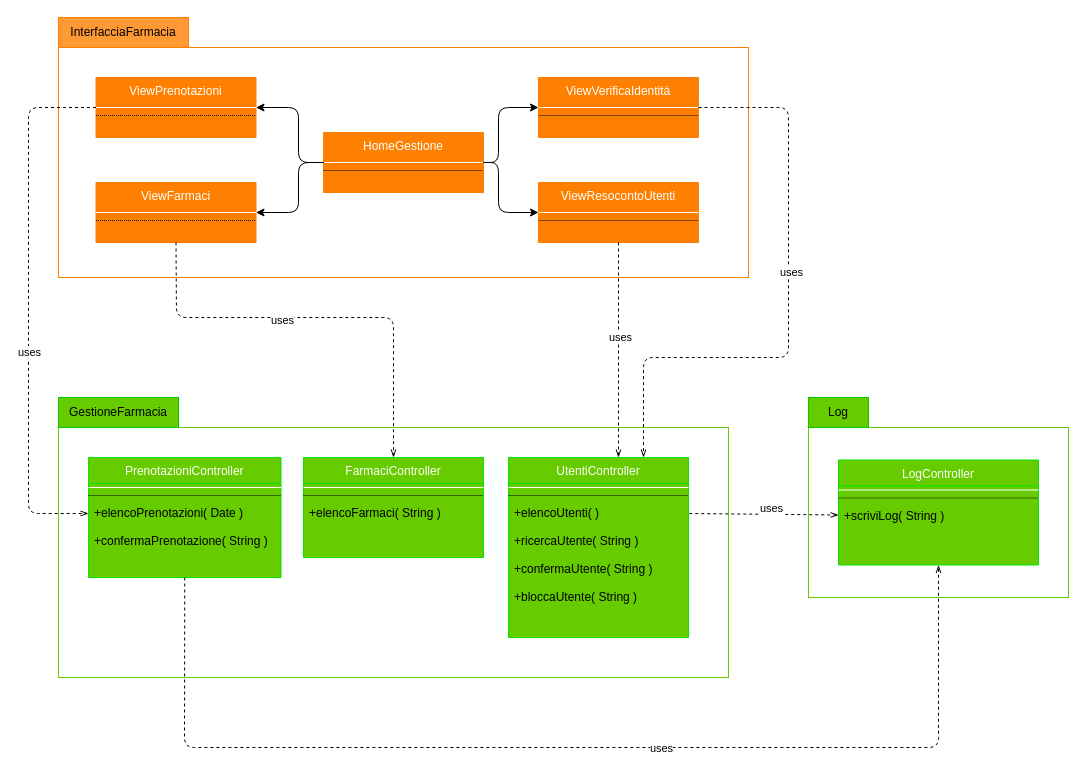
Before: page "Farmacia" (2 of 4) of drawio/Diagrammi.drawio in lnwor/farmabyte-doc, a draw.io diagram. Source tidied: cells renumbered, new cells numbered last; positions are measured from the earlier drawing's top-left corner, leaving out a move shared by most shapes. Both pictures are drawn from the tidied source at 100%, with x=0, y=0 at pixel (28, 17).
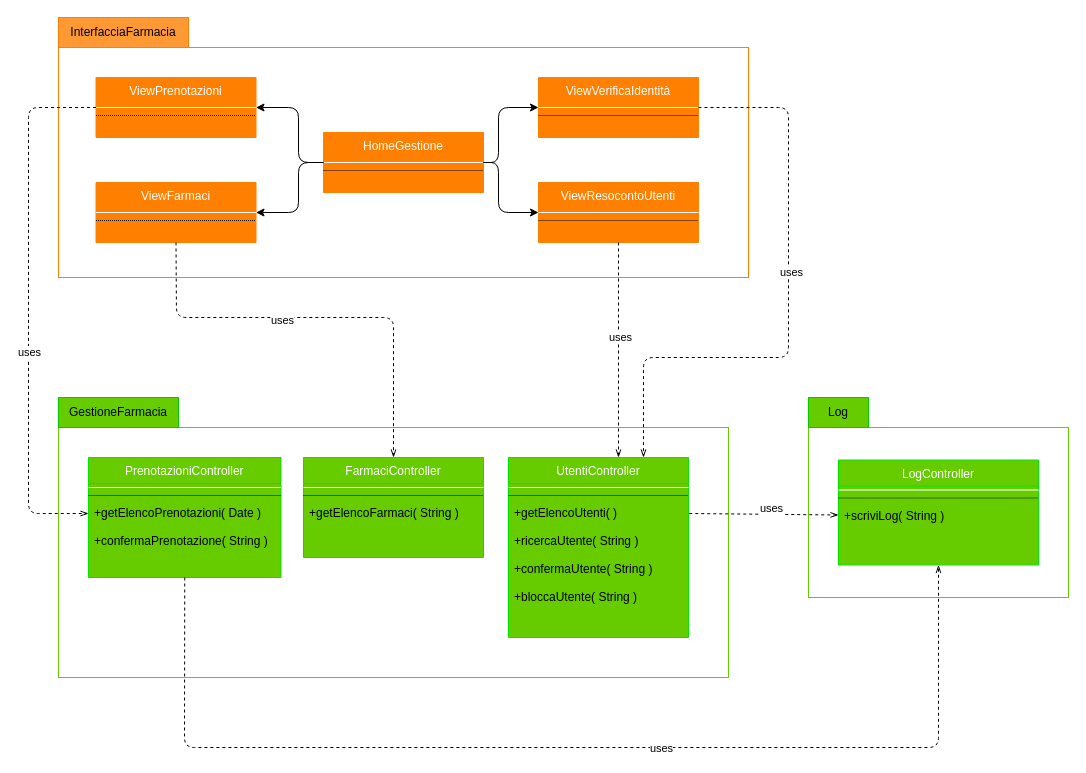
Above is the later version.

Unchanged cells that the change refers to:
```xml
<mxCell id="12" value="FarmaciController" style="swimlane;fontStyle=0;align=center;verticalAlign=top;horizontal=1;startSize=26;rounded=0;shadow=0;strokeWidth=1;fontColor=#ffffff;swimlaneFillColor=#66CC00;strokeColor=#00E800;fillColor=#66CC00;" parent="1" vertex="1">
  <mxGeometry x="275" y="440" width="180" height="100" as="geometry" />
</mxCell>
<mxCell id="16" value="UtentiController" style="swimlane;fontStyle=0;align=center;verticalAlign=top;horizontal=1;startSize=26;rounded=0;shadow=0;strokeWidth=1;fontColor=#ffffff;swimlaneFillColor=#66CC00;strokeColor=#00E800;fillColor=#66CC00;" parent="1" vertex="1">
  <mxGeometry x="480" y="440" width="180" height="180" as="geometry" />
</mxCell>
<mxCell id="23" value="PrenotazioniController" style="swimlane;fontStyle=0;align=center;verticalAlign=top;horizontal=1;startSize=26;rounded=0;shadow=0;strokeWidth=1;fontColor=#ffffff;swimlaneFillColor=#66CC00;strokeColor=#00E800;fillColor=#66CC00;" parent="1" vertex="1">
  <mxGeometry x="60" y="440" width="192.5" height="120" as="geometry" />
</mxCell>
```

Change to the diagram source:
```diff
@@
-    <mxCell id="15" value="+elencoFarmaci( String )" style="text;align=left;verticalAlign=top;spacingLeft=4;spacingRight=4;overflow=hidden;" parent="12" vertex="1">
+    <mxCell id="15" value="+getElencoFarmaci( String )" style="text;align=left;verticalAlign=top;spacingLeft=4;spacingRight=4;overflow=hidden;" parent="12" vertex="1">
       <mxGeometry y="42" width="180" height="28" as="geometry" />
     </mxCell>
@@
-    <mxCell id="19" value="+elencoUtenti( )" style="text;align=left;verticalAlign=top;spacingLeft=4;spacingRight=4;overflow=hidden;points=[[0,0.5],[1,0.5]];portConstraint=eastwest;" parent="16" vertex="1">
+    <mxCell id="19" value="+getElencoUtenti( )" style="text;align=left;verticalAlign=top;spacingLeft=4;spacingRight=4;overflow=hidden;points=[[0,0.5],[1,0.5]];portConstraint=eastwest;" parent="16" vertex="1">
       <mxGeometry y="42" width="180" height="28" as="geometry" />
     </mxCell>
@@
-    <mxCell id="26" value="+elencoPrenotazioni( Date )" style="text;align=left;verticalAlign=top;spacingLeft=4;spacingRight=4;overflow=hidden;" parent="23" vertex="1">
+    <mxCell id="26" value="+getElencoPrenotazioni( Date )" style="text;align=left;verticalAlign=top;spacingLeft=4;spacingRight=4;overflow=hidden;" parent="23" vertex="1">
       <mxGeometry y="42" width="192.5" height="28" as="geometry" />
     </mxCell>
```
